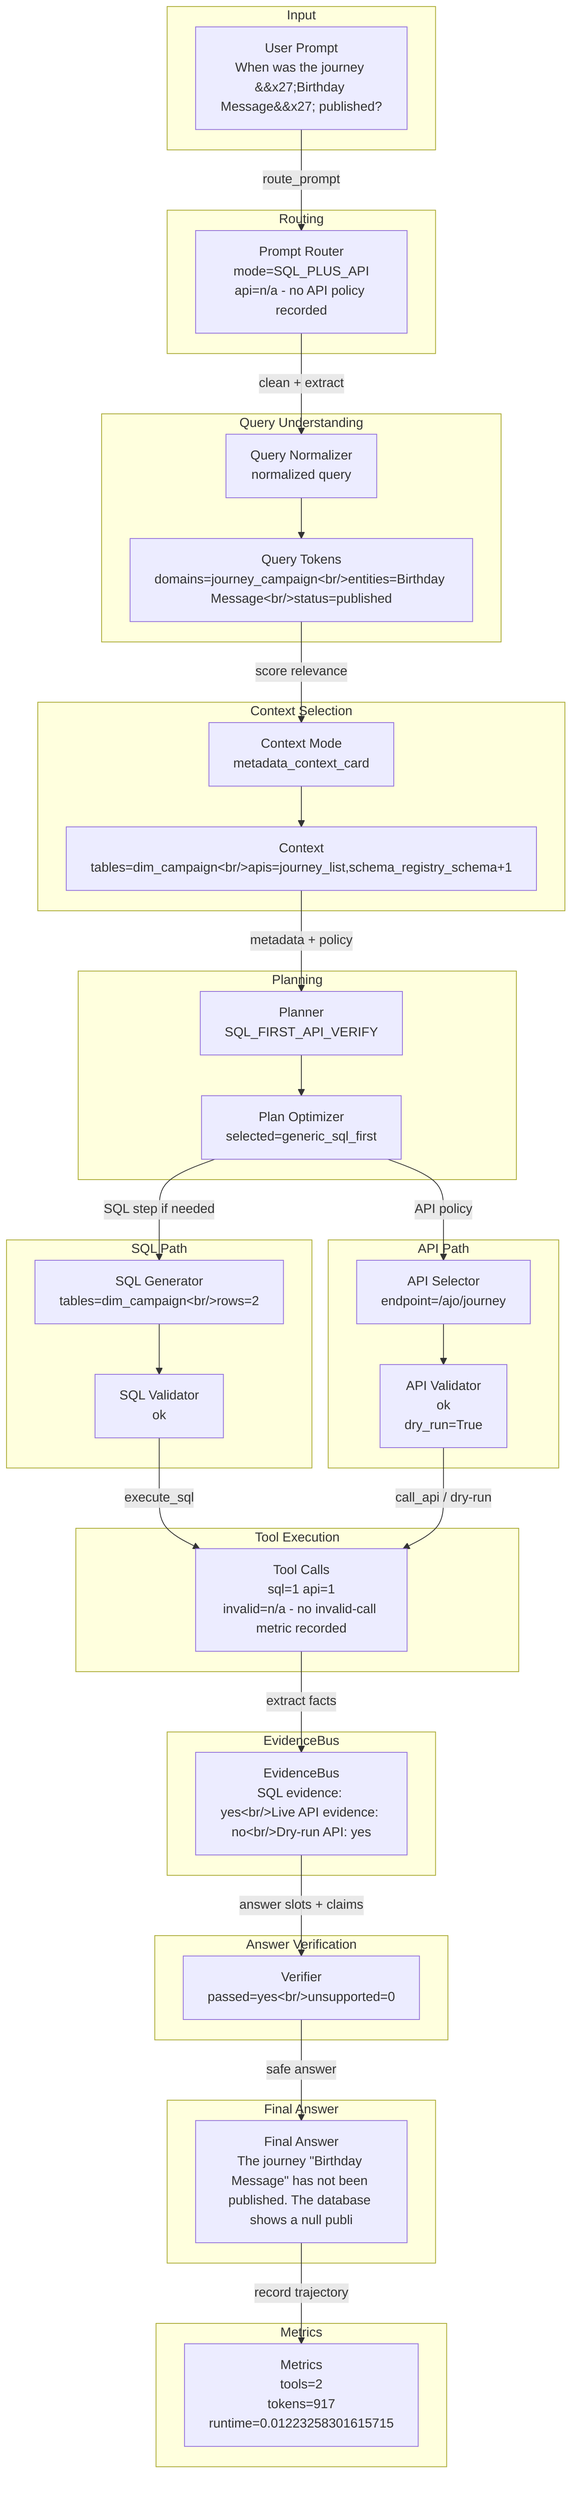
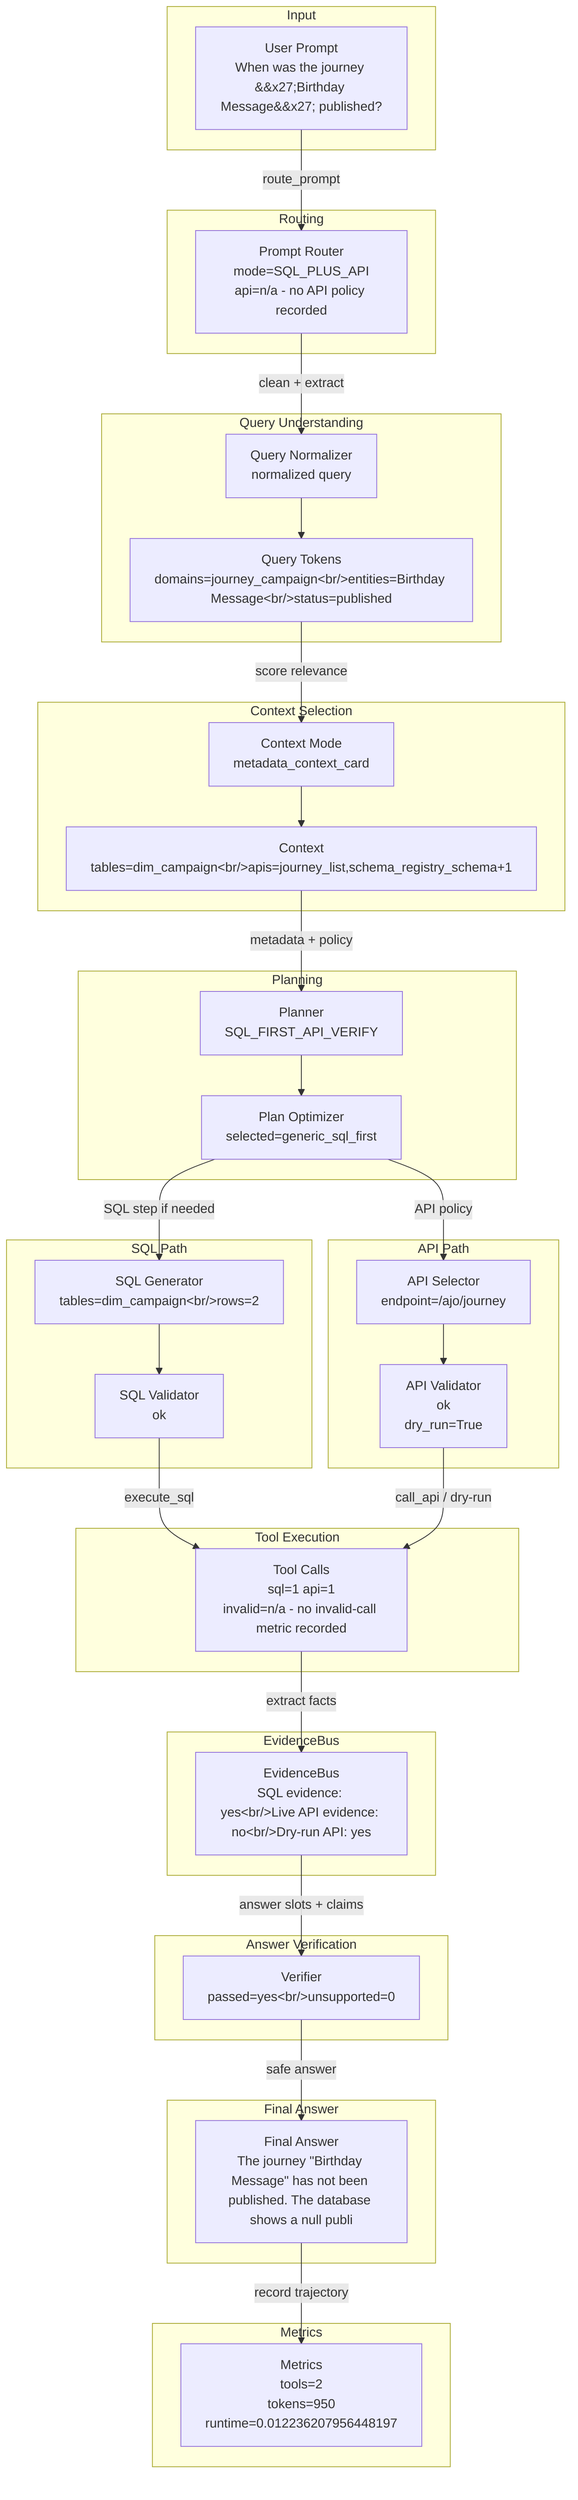
flowchart TD
  subgraph Input
    input_prompt["User Prompt<br/>When was the journey &#x27;Birthday Message&#x27; published?"]
  end
  subgraph Routing
    router["Prompt Router<br/>mode=SQL_PLUS_API<br/>api=n/a - no API policy recorded"]
    input_prompt -->|route_prompt| router
  end
  subgraph QueryUnderstanding["Query Understanding"]
    normalizer["Query Normalizer<br/>normalized query"]
    tokens["Query Tokens<br/>domains=journey_campaign&lt;br/&gt;entities=Birthday Message&lt;br/&gt;status=published"]
    router -->|clean + extract| normalizer --> tokens
  end
  subgraph ContextSelection["Context Selection"]
    context["Context Mode<br/>metadata_context_card"]
    candidates["Context<br/>tables=dim_campaign&lt;br/&gt;apis=journey_list,schema_registry_schema+1"]
    tokens -->|score relevance| context --> candidates
  end
  subgraph Planning
    planner["Planner<br/>SQL_FIRST_API_VERIFY"]
    optimizer["Plan Optimizer<br/>selected=generic_sql_first"]
    candidates -->|metadata + policy| planner --> optimizer
  end
  subgraph SQLPath["SQL Path"]
    sqlgen["SQL Generator<br/>tables=dim_campaign&lt;br/&gt;rows=2"]
    sqlval["SQL Validator<br/>ok"]
    optimizer -->|SQL step if needed| sqlgen --> sqlval
  end
  subgraph APIPath["API Path"]
    apisel["API Selector<br/>endpoint=/ajo/journey"]
    apival["API Validator<br/>ok<br/>dry_run=True"]
    optimizer -->|API policy| apisel --> apival
  end
  subgraph ToolExecution["Tool Execution"]
    tools["Tool Calls<br/>sql=1 api=1<br/>invalid=n/a - no invalid-call metric recorded"]
    sqlval -->|execute_sql| tools
    apival -->|call_api / dry-run| tools
  end
  subgraph EvidenceBus
    evidence["EvidenceBus<br/>SQL evidence: yes&lt;br/&gt;Live API evidence: no&lt;br/&gt;Dry-run API: yes"]
    tools -->|extract facts| evidence
  end
  subgraph AnswerVerification["Answer Verification"]
    verifier["Verifier<br/>passed=yes&lt;br/&gt;unsupported=0"]
    evidence -->|answer slots + claims| verifier
  end
  subgraph FinalAnswer["Final Answer"]
    answer["Final Answer<br/>The journey &quot;Birthday Message&quot; has not been published. The database shows a null publi"]
    verifier -->|safe answer| answer
  end
  subgraph Metrics
-     metrics["Metrics<br/>tools=2<br/>tokens=917<br/>runtime=0.01223258301615715"]
+     metrics["Metrics<br/>tools=2<br/>tokens=950<br/>runtime=0.012236207956448197"]
    answer -->|record trajectory| metrics
  end
